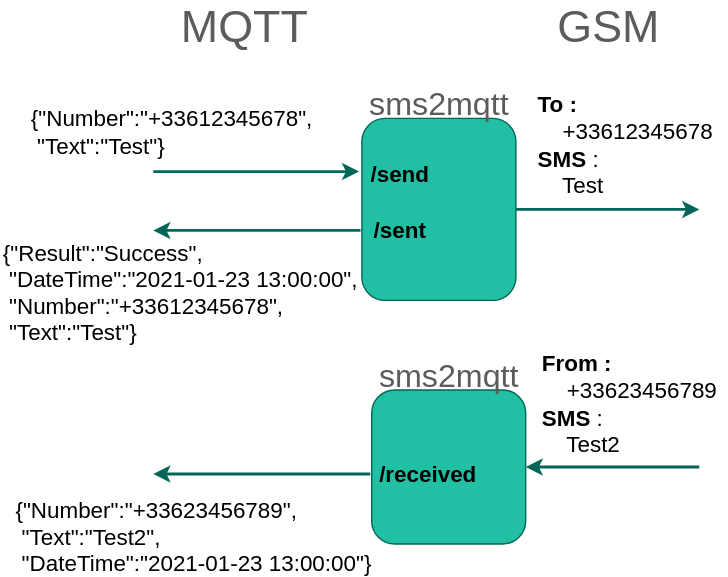
This is diagram.svg from Domochip/sms2mqtt, a draw.io export, as it was before one commit. Source tidied: cells renumbered, new cells last; positions are measured from the earlier drawing's top-left corner, leaving out a move shared by most shapes.
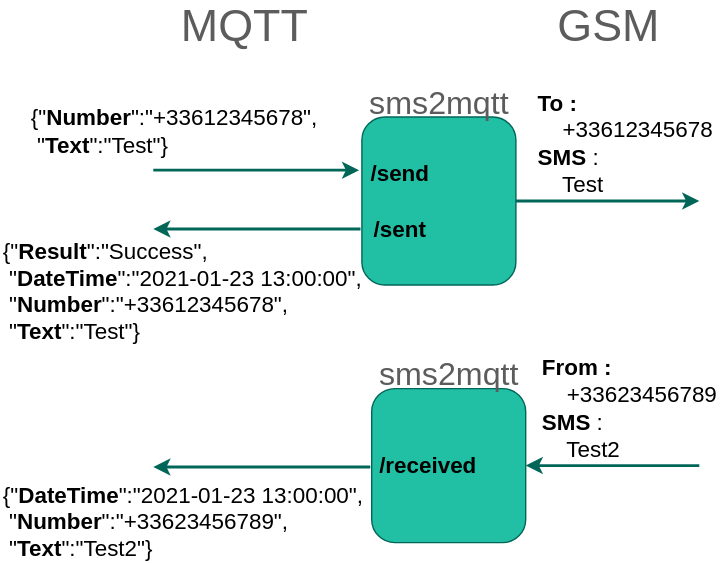
After the change.

The edit, as a diff of the source:
```diff
@@ -4,11 +4,11 @@
     <mxCell id="1" parent="0" />
     <mxCell id="2" style="edgeStyle=orthogonalEdgeStyle;jettySize=auto;html=1;exitX=1;exitY=0.5;exitDx=0;exitDy=0;strokeColor=#006658;fontColor=#5C5C5C;strokeWidth=2;" parent="1" edge="1" source="3">
       <mxGeometry relative="1" as="geometry">
-        <mxPoint x="499" y="145" as="targetPoint" />
+        <mxPoint x="499" y="140" as="targetPoint" />
       </mxGeometry>
     </mxCell>
     <mxCell id="3" style="whiteSpace=wrap;html=1;fillColor=#21C0A5;strokeColor=#006658;fontColor=#5C5C5C;rounded=1;" parent="1" vertex="1">
-      <mxGeometry x="258" y="80" width="110" height="130" as="geometry" />
+      <mxGeometry x="258" y="80" width="110" height="120" as="geometry" />
     </mxCell>
     <mxCell id="4" style="endArrow=classic;html=1;strokeColor=#006658;fontColor=#5C5C5C;strokeWidth=2;" parent="1" edge="1">
       <mxGeometry relative="1" as="geometry">
@@ -22,13 +22,13 @@
     <mxCell id="6" value="&lt;font style=&quot;font-size: 32px&quot;&gt;GSM&lt;/font&gt;" style="text;html=1;align=center;verticalAlign=middle;fillColor=none;strokeColor=none;fontColor=#5C5C5C;rounded=1;" parent="1" vertex="1">
       <mxGeometry x="389" width="90" height="30" as="geometry" />
     </mxCell>
-    <mxCell id="7" value="&lt;div style=&quot;font-size: 16px&quot;&gt;&lt;/div&gt;&lt;font style=&quot;font-size: 16px&quot; color=&quot;#000000&quot;&gt;{&quot;Number&quot;:&quot;+33612345678&quot;,&lt;/font&gt;&lt;div style=&quot;font-size: 16px&quot;&gt;&lt;font style=&quot;font-size: 16px&quot; color=&quot;#000000&quot;&gt;&lt;font style=&quot;font-size: 16px&quot;&gt;&amp;nbsp;&quot;Text&quot;:&quot;Test&quot;&lt;/font&gt;}&lt;/font&gt;&lt;/div&gt;" style="text;html=1;align=left;verticalAlign=middle;fillColor=none;strokeColor=none;fontColor=#5C5C5C;rounded=1;" parent="1" vertex="1">
+    <mxCell id="7" value="&lt;div style=&quot;font-size: 16px&quot;&gt;&lt;/div&gt;&lt;font style=&quot;font-size: 16px&quot; color=&quot;#000000&quot;&gt;{&quot;&lt;b&gt;Number&lt;/b&gt;&quot;:&quot;+33612345678&quot;,&lt;/font&gt;&lt;div style=&quot;font-size: 16px&quot;&gt;&lt;font style=&quot;font-size: 16px&quot; color=&quot;#000000&quot;&gt;&lt;font style=&quot;font-size: 16px&quot;&gt;&amp;nbsp;&quot;&lt;b&gt;Text&lt;/b&gt;&quot;:&quot;Test&quot;&lt;/font&gt;}&lt;/font&gt;&lt;/div&gt;" style="text;html=1;align=left;verticalAlign=middle;fillColor=none;strokeColor=none;fontColor=#5C5C5C;rounded=1;" parent="1" vertex="1">
       <mxGeometry x="20" y="75" width="220" height="30" as="geometry" />
     </mxCell>
     <mxCell id="8" value="&lt;div style=&quot;text-align: left ; font-size: 16px&quot;&gt;&lt;b&gt;&lt;font style=&quot;font-size: 16px&quot; color=&quot;#000000&quot;&gt;To :&amp;nbsp;&lt;/font&gt;&lt;/b&gt;&lt;/div&gt;&lt;div style=&quot;text-align: left ; font-size: 16px&quot;&gt;&lt;span&gt;&lt;font style=&quot;font-size: 16px&quot; color=&quot;#000000&quot;&gt;&amp;nbsp; &amp;nbsp; +33612345678&lt;/font&gt;&lt;/span&gt;&lt;/div&gt;&lt;div style=&quot;text-align: left ; font-size: 16px&quot;&gt;&lt;span&gt;&lt;font style=&quot;font-size: 16px&quot; color=&quot;#000000&quot;&gt;&lt;b&gt;SMS &lt;/b&gt;:&amp;nbsp;&lt;/font&gt;&lt;/span&gt;&lt;/div&gt;&lt;div style=&quot;text-align: left ; font-size: 16px&quot;&gt;&lt;font style=&quot;font-size: 16px&quot; color=&quot;#000000&quot;&gt;&amp;nbsp; &amp;nbsp; Test&lt;/font&gt;&lt;/div&gt;" style="text;html=1;align=center;verticalAlign=middle;fillColor=none;strokeColor=none;fontColor=#5C5C5C;rounded=1;" parent="1" vertex="1">
       <mxGeometry x="376" y="69" width="140" height="60" as="geometry" />
     </mxCell>
-    <mxCell id="9" value="&lt;div style=&quot;font-size: 16px&quot;&gt;&lt;span style=&quot;color: rgb(0 , 0 , 0)&quot;&gt;{&quot;Result&quot;:&quot;Success&quot;,&lt;/span&gt;&lt;br&gt;&lt;/div&gt;&lt;div style=&quot;font-size: 16px&quot;&gt;&lt;/div&gt;&lt;font style=&quot;font-size: 16px&quot; color=&quot;#000000&quot;&gt;&amp;nbsp;&quot;DateTime&quot;:&quot;2021-01-23 13:00:00&quot;,&lt;br&gt;&amp;nbsp;&quot;Number&quot;:&quot;+33612345678&quot;,&lt;br&gt;&lt;/font&gt;&lt;div style=&quot;font-size: 16px&quot;&gt;&lt;font style=&quot;font-size: 16px&quot; color=&quot;#000000&quot;&gt;&amp;nbsp;&quot;Text&quot;:&quot;Test&quot;}&lt;/font&gt;&lt;/div&gt;&lt;span style=&quot;font-size: 16px&quot;&gt;&lt;br&gt;&lt;/span&gt;" style="text;html=1;align=left;verticalAlign=middle;fillColor=none;strokeColor=none;fontColor=#5C5C5C;rounded=1;" parent="1" vertex="1">
+    <mxCell id="9" value="&lt;div style=&quot;font-size: 16px&quot;&gt;&lt;span style=&quot;color: rgb(0 , 0 , 0)&quot;&gt;{&quot;&lt;b&gt;Result&lt;/b&gt;&quot;:&quot;Success&quot;,&lt;/span&gt;&lt;br&gt;&lt;/div&gt;&lt;div style=&quot;font-size: 16px&quot;&gt;&lt;/div&gt;&lt;font style=&quot;font-size: 16px&quot; color=&quot;#000000&quot;&gt;&amp;nbsp;&quot;&lt;b&gt;DateTime&lt;/b&gt;&quot;:&quot;2021-01-23 13:00:00&quot;,&lt;br&gt;&amp;nbsp;&quot;&lt;b&gt;Number&lt;/b&gt;&quot;:&quot;+33612345678&quot;,&lt;br&gt;&lt;/font&gt;&lt;div style=&quot;font-size: 16px&quot;&gt;&lt;font style=&quot;font-size: 16px&quot; color=&quot;#000000&quot;&gt;&amp;nbsp;&quot;&lt;b&gt;Text&lt;/b&gt;&quot;:&quot;Test&quot;}&lt;/font&gt;&lt;/div&gt;&lt;span style=&quot;font-size: 16px&quot;&gt;&lt;br&gt;&lt;/span&gt;" style="text;html=1;align=left;verticalAlign=middle;fillColor=none;strokeColor=none;fontColor=#5C5C5C;rounded=1;" parent="1" vertex="1">
       <mxGeometry y="174" width="270" height="80" as="geometry" />
     </mxCell>
     <mxCell id="10" style="endArrow=classic;html=1;strokeColor=#006658;fontColor=#5C5C5C;strokeWidth=2;" parent="1" edge="1">
@@ -46,15 +46,15 @@
       <mxGeometry x="265" y="274" width="110" height="110" as="geometry" />
     </mxCell>
     <mxCell id="13" value="&lt;div style=&quot;text-align: left ; font-size: 16px&quot;&gt;&lt;b&gt;&lt;font style=&quot;font-size: 16px&quot; color=&quot;#000000&quot;&gt;From :&amp;nbsp;&lt;/font&gt;&lt;/b&gt;&lt;/div&gt;&lt;div style=&quot;text-align: left ; font-size: 16px&quot;&gt;&lt;span&gt;&lt;font style=&quot;font-size: 16px&quot; color=&quot;#000000&quot;&gt;&amp;nbsp; &amp;nbsp; +33623456789&lt;/font&gt;&lt;/span&gt;&lt;/div&gt;&lt;div style=&quot;text-align: left ; font-size: 16px&quot;&gt;&lt;span&gt;&lt;font style=&quot;font-size: 16px&quot; color=&quot;#000000&quot;&gt;&lt;b&gt;SMS &lt;/b&gt;:&amp;nbsp;&lt;/font&gt;&lt;/span&gt;&lt;/div&gt;&lt;div style=&quot;text-align: left ; font-size: 16px&quot;&gt;&lt;font style=&quot;font-size: 16px&quot; color=&quot;#000000&quot;&gt;&amp;nbsp; &amp;nbsp; Test2&lt;/font&gt;&lt;/div&gt;" style="text;html=1;align=center;verticalAlign=middle;fillColor=none;strokeColor=none;fontColor=#5C5C5C;rounded=1;" parent="1" vertex="1">
-      <mxGeometry x="379" y="254" width="140" height="60" as="geometry" />
+      <mxGeometry x="379" y="258" width="140" height="60" as="geometry" />
     </mxCell>
-    <mxCell id="14" value="&lt;div style=&quot;font-size: 16px&quot;&gt;&lt;/div&gt;&lt;font style=&quot;font-size: 16px&quot; color=&quot;#000000&quot;&gt;{&quot;Number&quot;:&quot;+33623456789&quot;,&lt;/font&gt;&lt;div style=&quot;font-size: 16px&quot;&gt;&lt;font style=&quot;font-size: 16px&quot; color=&quot;#000000&quot;&gt;&amp;nbsp;&quot;Text&quot;:&quot;Test2&quot;,&lt;/font&gt;&lt;/div&gt;&lt;div style=&quot;font-size: 16px&quot;&gt;&lt;font style=&quot;font-size: 16px&quot; color=&quot;#000000&quot;&gt;&lt;font style=&quot;font-size: 16px&quot;&gt;&amp;nbsp;&quot;DateTime&quot;:&quot;2021-01-23 13:00:00&quot;&lt;/font&gt;}&lt;/font&gt;&lt;/div&gt;" style="text;html=1;align=left;verticalAlign=middle;fillColor=none;strokeColor=none;fontColor=#5C5C5C;rounded=1;" parent="1" vertex="1">
-      <mxGeometry x="9" y="354" width="270" height="50" as="geometry" />
+    <mxCell id="14" value="&lt;div style=&quot;font-size: 16px&quot;&gt;&lt;/div&gt;&lt;font style=&quot;font-size: 16px&quot; color=&quot;#000000&quot;&gt;{&lt;/font&gt;&lt;span style=&quot;color: rgb(0 , 0 , 0) ; font-size: 16px&quot;&gt;&quot;&lt;/span&gt;&lt;b style=&quot;color: rgb(0 , 0 , 0) ; font-size: 16px&quot;&gt;DateTime&lt;/b&gt;&lt;span style=&quot;color: rgb(0 , 0 , 0) ; font-size: 16px&quot;&gt;&quot;:&quot;2021-01-23 13:00:00&quot;,&lt;/span&gt;&lt;font style=&quot;font-size: 16px&quot; color=&quot;#000000&quot;&gt;&lt;br&gt;&amp;nbsp;&quot;&lt;b&gt;Number&lt;/b&gt;&quot;:&quot;+33623456789&quot;,&lt;/font&gt;&lt;div style=&quot;font-size: 16px&quot;&gt;&lt;font style=&quot;font-size: 16px&quot; color=&quot;#000000&quot;&gt;&amp;nbsp;&quot;&lt;b&gt;Text&lt;/b&gt;&quot;:&quot;Test2&quot;&lt;/font&gt;&lt;span style=&quot;color: rgb(0 , 0 , 0)&quot;&gt;}&lt;/span&gt;&lt;/div&gt;" style="text;html=1;align=left;verticalAlign=middle;fillColor=none;strokeColor=none;fontColor=#5C5C5C;rounded=1;" parent="1" vertex="1">
+      <mxGeometry y="344" width="270" height="50" as="geometry" />
     </mxCell>
     <mxCell id="15" style="endArrow=classic;html=1;strokeColor=#006658;fontColor=#5C5C5C;strokeWidth=2;" parent="1" edge="1">
       <mxGeometry relative="1" as="geometry">
-        <mxPoint x="264" y="334" as="sourcePoint" />
-        <mxPoint x="109" y="334" as="targetPoint" />
+        <mxPoint x="264" y="330" as="sourcePoint" />
+        <mxPoint x="109" y="330" as="targetPoint" />
       </mxGeometry>
     </mxCell>
     <mxCell id="16" value="&lt;b&gt;&lt;font style=&quot;font-size: 16px&quot;&gt;/send&lt;/font&gt;&lt;/b&gt;" style="text;html=1;align=center;verticalAlign=middle;fillColor=none;strokeColor=none;rounded=0;" parent="1" vertex="1">
@@ -64,7 +64,7 @@
       <mxGeometry x="260" y="150" width="50" height="20" as="geometry" />
     </mxCell>
     <mxCell id="18" value="&lt;b&gt;&lt;font style=&quot;font-size: 16px&quot;&gt;/received&lt;/font&gt;&lt;/b&gt;" style="text;html=1;align=center;verticalAlign=middle;fillColor=none;strokeColor=none;rounded=0;" parent="1" vertex="1">
-      <mxGeometry x="265" y="324" width="80" height="20" as="geometry" />
+      <mxGeometry x="265" y="319" width="80" height="20" as="geometry" />
     </mxCell>
     <mxCell id="19" value="&lt;span style=&quot;color: rgb(92 , 92 , 92) ; font-size: 23px&quot;&gt;sms2mqtt&lt;/span&gt;" style="text;html=1;align=center;verticalAlign=middle;fillColor=none;strokeColor=none;rounded=0;" parent="1" vertex="1">
       <mxGeometry x="253" y="60" width="120" height="20" as="geometry" />
```
